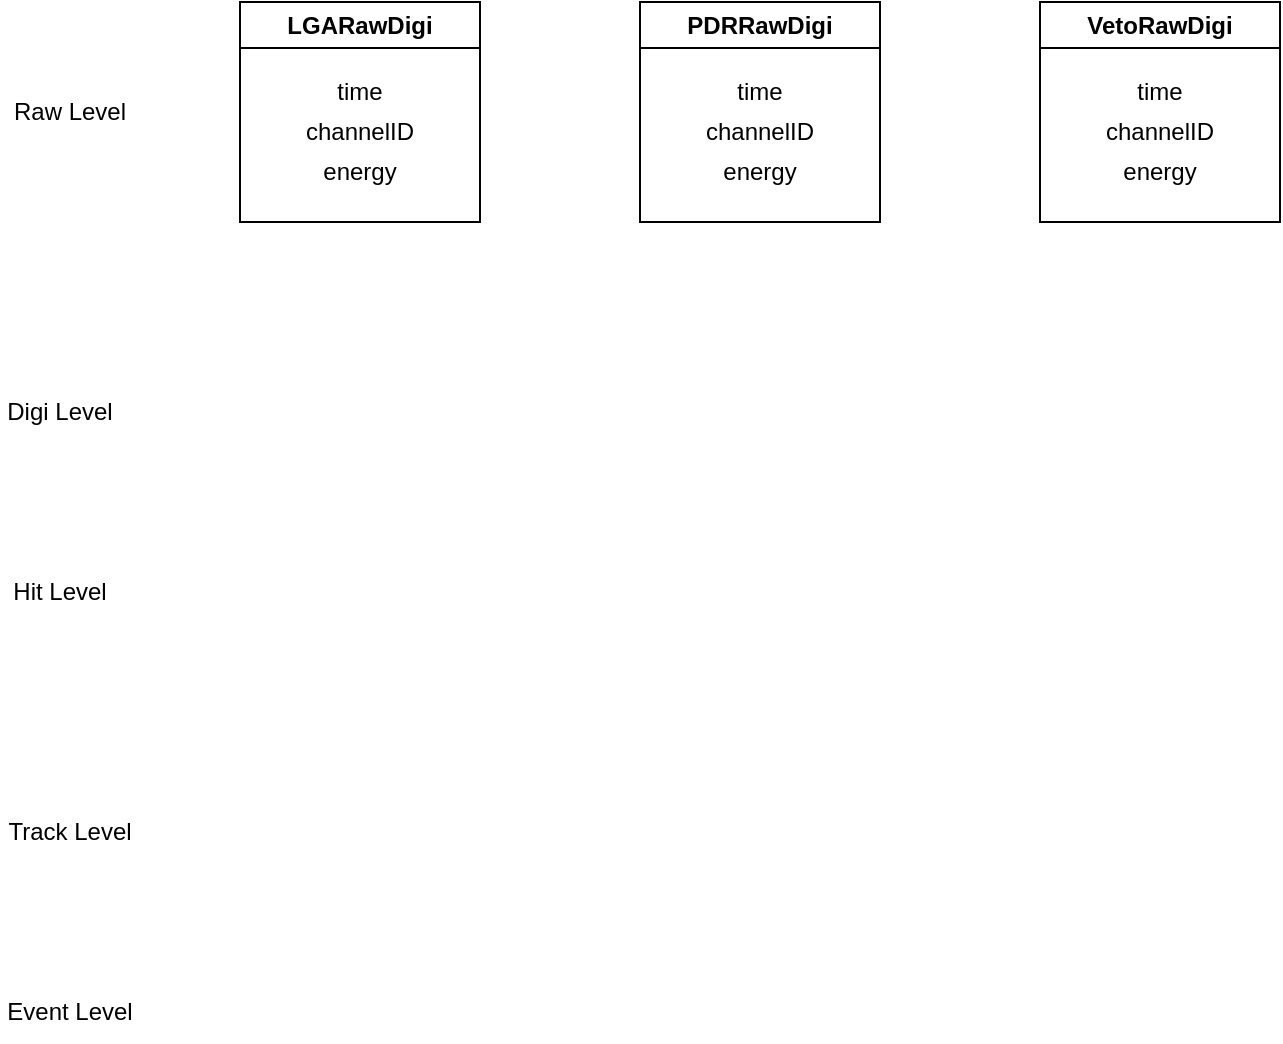
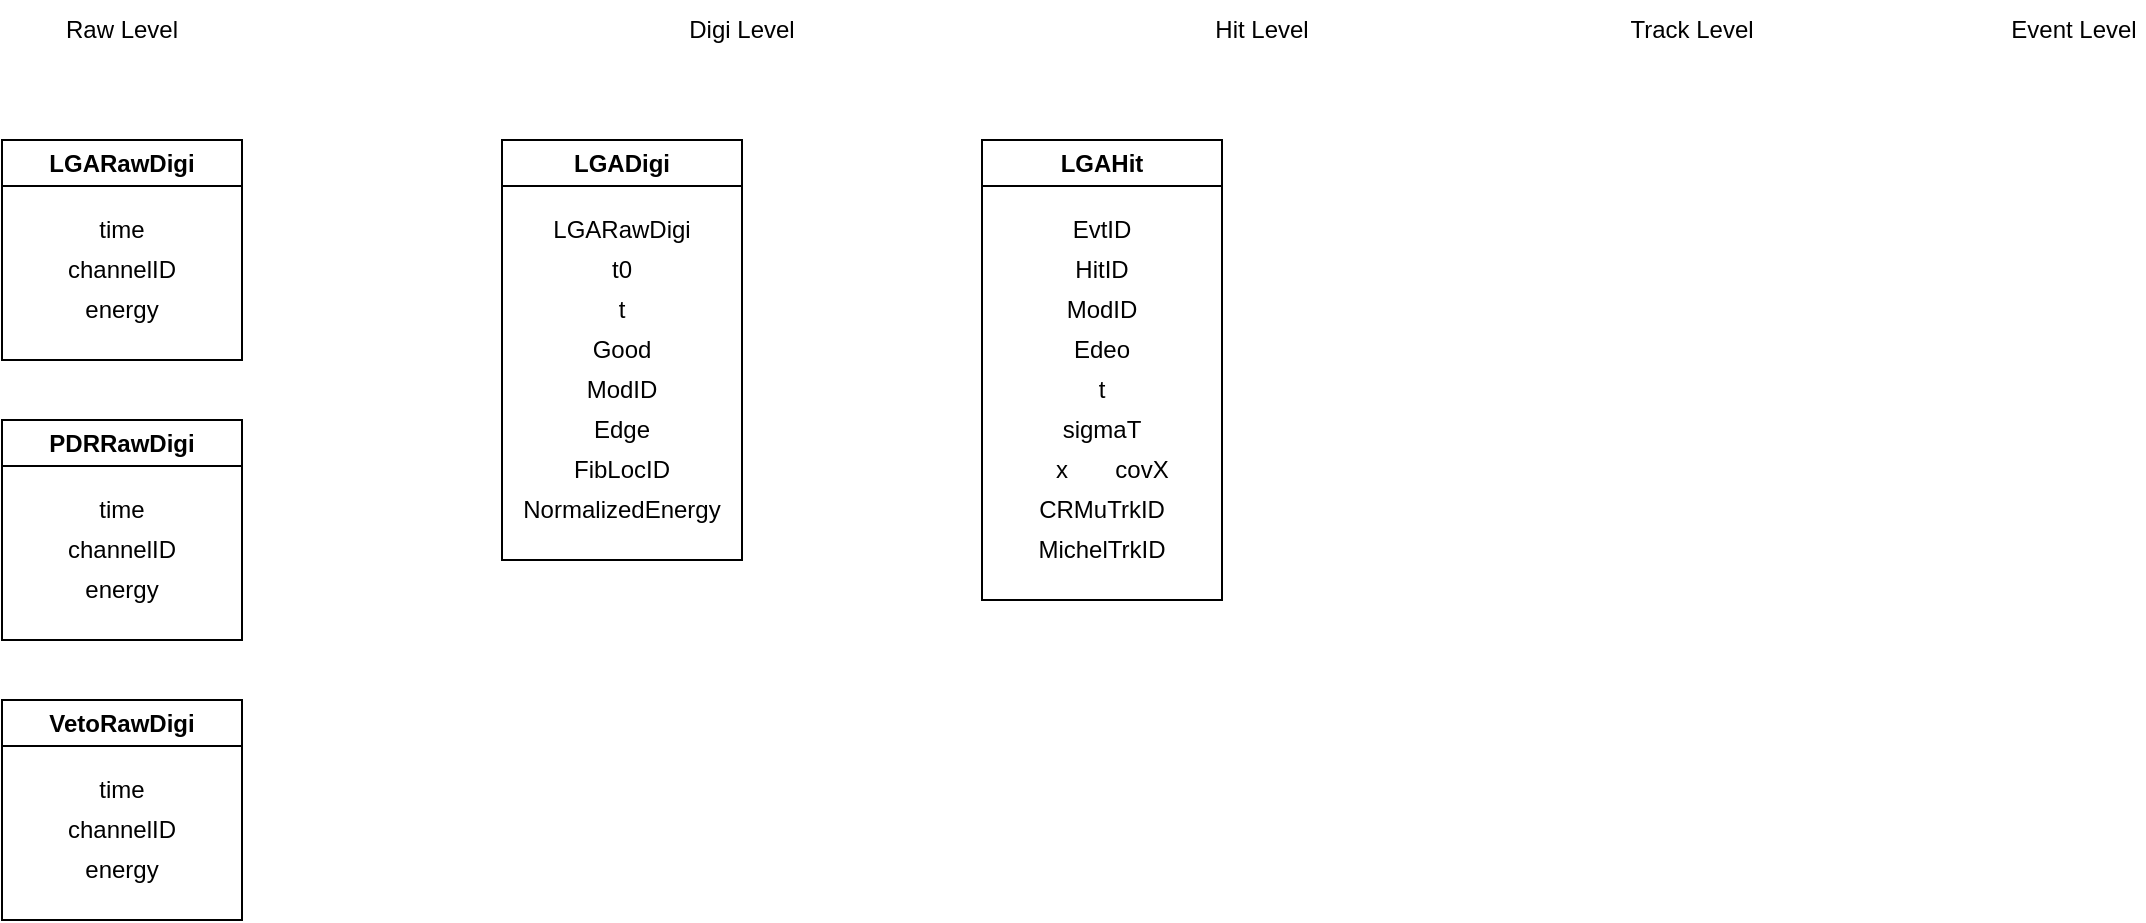
<mxfile host="app.diagrams.net">
  <diagram name="第 1 页" id="YTVUva17RiVE7CfQ8_jk">
-     <mxGraphModel dx="632" dy="648" grid="1" gridSize="10" guides="1" tooltips="1" connect="1" arrows="1" fold="1" page="1" pageScale="1" pageWidth="827" pageHeight="1169" math="0" shadow="0">
+     <mxGraphModel dx="708" dy="726" grid="1" gridSize="10" guides="1" tooltips="1" connect="1" arrows="1" fold="1" page="1" pageScale="1" pageWidth="827" pageHeight="1169" math="0" shadow="0">
      <root>
        <mxCell id="0" />
        <mxCell id="1" parent="0" />
        <mxCell id="OMPT9ofRrI7jeSbPywUm-2" parent="1" style="text;html=1;whiteSpace=wrap;strokeColor=none;fillColor=none;align=center;verticalAlign=middle;rounded=0;" value="Digi Level" vertex="1">
-           <mxGeometry height="30" width="60" x="120" y="310" as="geometry" />
+           <mxGeometry height="30" width="60" x="580" y="50" as="geometry" />
        </mxCell>
        <mxCell id="OMPT9ofRrI7jeSbPywUm-3" parent="1" style="text;html=1;whiteSpace=wrap;strokeColor=none;fillColor=none;align=center;verticalAlign=middle;rounded=0;" value="Hit Level" vertex="1">
-           <mxGeometry height="30" width="60" x="120" y="400" as="geometry" />
+           <mxGeometry height="30" width="60" x="840" y="50" as="geometry" />
        </mxCell>
        <mxCell id="OMPT9ofRrI7jeSbPywUm-4" parent="1" style="text;html=1;whiteSpace=wrap;strokeColor=none;fillColor=none;align=center;verticalAlign=middle;rounded=0;" value="Track Level" vertex="1">
-           <mxGeometry height="30" width="70" x="120" y="520" as="geometry" />
+           <mxGeometry height="30" width="70" x="1050" y="50" as="geometry" />
        </mxCell>
        <mxCell id="OMPT9ofRrI7jeSbPywUm-5" parent="1" style="text;html=1;whiteSpace=wrap;strokeColor=none;fillColor=none;align=center;verticalAlign=middle;rounded=0;" value="Event Level" vertex="1">
-           <mxGeometry height="30" width="70" x="120" y="610" as="geometry" />
+           <mxGeometry height="30" width="70" x="1241" y="50" as="geometry" />
        </mxCell>
        <mxCell id="OMPT9ofRrI7jeSbPywUm-13" parent="1" style="swimlane;whiteSpace=wrap;html=1;" value="LGARawDigi" vertex="1">
          <mxGeometry height="110" width="120" x="240" y="120" as="geometry" />
        </mxCell>
        <mxCell id="OMPT9ofRrI7jeSbPywUm-16" parent="OMPT9ofRrI7jeSbPywUm-13" style="text;html=1;whiteSpace=wrap;strokeColor=none;fillColor=none;align=center;verticalAlign=middle;rounded=0;" value="time" vertex="1">
          <mxGeometry height="30" width="60" x="30" y="30" as="geometry" />
        </mxCell>
        <mxCell id="OMPT9ofRrI7jeSbPywUm-17" parent="OMPT9ofRrI7jeSbPywUm-13" style="text;html=1;whiteSpace=wrap;strokeColor=none;fillColor=none;align=center;verticalAlign=middle;rounded=0;" value="channelID" vertex="1">
          <mxGeometry height="30" width="60" x="30" y="50" as="geometry" />
        </mxCell>
        <mxCell id="OMPT9ofRrI7jeSbPywUm-18" parent="OMPT9ofRrI7jeSbPywUm-13" style="text;html=1;whiteSpace=wrap;strokeColor=none;fillColor=none;align=center;verticalAlign=middle;rounded=0;" value="energy" vertex="1">
          <mxGeometry height="30" width="60" x="30" y="70" as="geometry" />
        </mxCell>
        <mxCell id="OMPT9ofRrI7jeSbPywUm-15" parent="1" style="text;html=1;whiteSpace=wrap;strokeColor=none;fillColor=none;align=center;verticalAlign=middle;rounded=0;" value="Raw Level" vertex="1">
-           <mxGeometry height="30" width="60" x="125" y="160" as="geometry" />
+           <mxGeometry height="30" width="60" x="270" y="50" as="geometry" />
        </mxCell>
        <mxCell id="OMPT9ofRrI7jeSbPywUm-27" parent="1" style="swimlane;whiteSpace=wrap;html=1;" value="PDRRawDigi" vertex="1">
-           <mxGeometry height="110" width="120" x="440" y="120" as="geometry" />
+           <mxGeometry height="110" width="120" x="240" y="260" as="geometry" />
        </mxCell>
        <mxCell id="OMPT9ofRrI7jeSbPywUm-28" parent="OMPT9ofRrI7jeSbPywUm-27" style="text;html=1;whiteSpace=wrap;strokeColor=none;fillColor=none;align=center;verticalAlign=middle;rounded=0;" value="time" vertex="1">
          <mxGeometry height="30" width="60" x="30" y="30" as="geometry" />
        </mxCell>
        <mxCell id="OMPT9ofRrI7jeSbPywUm-29" parent="OMPT9ofRrI7jeSbPywUm-27" style="text;html=1;whiteSpace=wrap;strokeColor=none;fillColor=none;align=center;verticalAlign=middle;rounded=0;" value="channelID" vertex="1">
          <mxGeometry height="30" width="60" x="30" y="50" as="geometry" />
        </mxCell>
        <mxCell id="OMPT9ofRrI7jeSbPywUm-30" parent="OMPT9ofRrI7jeSbPywUm-27" style="text;html=1;whiteSpace=wrap;strokeColor=none;fillColor=none;align=center;verticalAlign=middle;rounded=0;" value="energy" vertex="1">
          <mxGeometry height="30" width="60" x="30" y="70" as="geometry" />
        </mxCell>
        <mxCell id="OMPT9ofRrI7jeSbPywUm-31" parent="1" style="swimlane;whiteSpace=wrap;html=1;" value="VetoRawDigi" vertex="1">
-           <mxGeometry height="110" width="120" x="640" y="120" as="geometry" />
+           <mxGeometry height="110" width="120" x="240" y="400" as="geometry" />
        </mxCell>
        <mxCell id="OMPT9ofRrI7jeSbPywUm-32" parent="OMPT9ofRrI7jeSbPywUm-31" style="text;html=1;whiteSpace=wrap;strokeColor=none;fillColor=none;align=center;verticalAlign=middle;rounded=0;" value="time" vertex="1">
          <mxGeometry height="30" width="60" x="30" y="30" as="geometry" />
        </mxCell>
        <mxCell id="OMPT9ofRrI7jeSbPywUm-33" parent="OMPT9ofRrI7jeSbPywUm-31" style="text;html=1;whiteSpace=wrap;strokeColor=none;fillColor=none;align=center;verticalAlign=middle;rounded=0;" value="channelID" vertex="1">
          <mxGeometry height="30" width="60" x="30" y="50" as="geometry" />
        </mxCell>
        <mxCell id="OMPT9ofRrI7jeSbPywUm-34" parent="OMPT9ofRrI7jeSbPywUm-31" style="text;html=1;whiteSpace=wrap;strokeColor=none;fillColor=none;align=center;verticalAlign=middle;rounded=0;" value="energy" vertex="1">
          <mxGeometry height="30" width="60" x="30" y="70" as="geometry" />
        </mxCell>
+         <mxCell id="h9WOqypwtsmT6QOMMbYj-1" parent="1" style="swimlane;whiteSpace=wrap;html=1;" value="LGADigi" vertex="1">
+           <mxGeometry height="210" width="120" x="490" y="120" as="geometry" />
+         </mxCell>
+         <mxCell id="h9WOqypwtsmT6QOMMbYj-2" parent="h9WOqypwtsmT6QOMMbYj-1" style="text;html=1;whiteSpace=wrap;strokeColor=none;fillColor=none;align=center;verticalAlign=middle;rounded=0;" value="LGARawDigi" vertex="1">
+           <mxGeometry height="30" width="60" x="30" y="30" as="geometry" />
+         </mxCell>
+         <mxCell id="h9WOqypwtsmT6QOMMbYj-5" parent="h9WOqypwtsmT6QOMMbYj-1" style="text;html=1;whiteSpace=wrap;strokeColor=none;fillColor=none;align=center;verticalAlign=middle;rounded=0;" value="t0" vertex="1">
+           <mxGeometry height="30" width="60" x="30" y="50" as="geometry" />
+         </mxCell>
+         <mxCell id="h9WOqypwtsmT6QOMMbYj-6" parent="h9WOqypwtsmT6QOMMbYj-1" style="text;html=1;whiteSpace=wrap;strokeColor=none;fillColor=none;align=center;verticalAlign=middle;rounded=0;" value="t" vertex="1">
+           <mxGeometry height="30" width="60" x="30" y="70" as="geometry" />
+         </mxCell>
+         <mxCell id="h9WOqypwtsmT6QOMMbYj-11" parent="h9WOqypwtsmT6QOMMbYj-1" style="text;html=1;whiteSpace=wrap;strokeColor=none;fillColor=none;align=center;verticalAlign=middle;rounded=0;" value="Good" vertex="1">
+           <mxGeometry height="30" width="60" x="30" y="90" as="geometry" />
+         </mxCell>
+         <mxCell id="h9WOqypwtsmT6QOMMbYj-12" parent="h9WOqypwtsmT6QOMMbYj-1" style="text;html=1;whiteSpace=wrap;strokeColor=none;fillColor=none;align=center;verticalAlign=middle;rounded=0;" value="ModID" vertex="1">
+           <mxGeometry height="30" width="60" x="30" y="110" as="geometry" />
+         </mxCell>
+         <mxCell id="h9WOqypwtsmT6QOMMbYj-13" parent="h9WOqypwtsmT6QOMMbYj-1" style="text;html=1;whiteSpace=wrap;strokeColor=none;fillColor=none;align=center;verticalAlign=middle;rounded=0;" value="Edge" vertex="1">
+           <mxGeometry height="30" width="60" x="30" y="130" as="geometry" />
+         </mxCell>
+         <mxCell id="h9WOqypwtsmT6QOMMbYj-14" parent="h9WOqypwtsmT6QOMMbYj-1" style="text;html=1;whiteSpace=wrap;strokeColor=none;fillColor=none;align=center;verticalAlign=middle;rounded=0;" value="FibLocID" vertex="1">
+           <mxGeometry height="30" width="60" x="30" y="150" as="geometry" />
+         </mxCell>
+         <mxCell id="h9WOqypwtsmT6QOMMbYj-15" parent="h9WOqypwtsmT6QOMMbYj-1" style="text;html=1;whiteSpace=wrap;strokeColor=none;fillColor=none;align=center;verticalAlign=middle;rounded=0;" value="NormalizedEnergy" vertex="1">
+           <mxGeometry height="30" width="60" x="30" y="170" as="geometry" />
+         </mxCell>
+         <mxCell id="h9WOqypwtsmT6QOMMbYj-16" parent="1" style="swimlane;whiteSpace=wrap;html=1;" value="LGAHit" vertex="1">
+           <mxGeometry height="230" width="120" x="730" y="120" as="geometry" />
+         </mxCell>
+         <mxCell id="h9WOqypwtsmT6QOMMbYj-17" parent="h9WOqypwtsmT6QOMMbYj-16" style="text;html=1;whiteSpace=wrap;strokeColor=none;fillColor=none;align=center;verticalAlign=middle;rounded=0;" value="EvtID" vertex="1">
+           <mxGeometry height="30" width="60" x="30" y="30" as="geometry" />
+         </mxCell>
+         <mxCell id="h9WOqypwtsmT6QOMMbYj-18" parent="h9WOqypwtsmT6QOMMbYj-16" style="text;html=1;whiteSpace=wrap;strokeColor=none;fillColor=none;align=center;verticalAlign=middle;rounded=0;" value="HitID" vertex="1">
+           <mxGeometry height="30" width="60" x="30" y="50" as="geometry" />
+         </mxCell>
+         <mxCell id="h9WOqypwtsmT6QOMMbYj-19" parent="h9WOqypwtsmT6QOMMbYj-16" style="text;html=1;whiteSpace=wrap;strokeColor=none;fillColor=none;align=center;verticalAlign=middle;rounded=0;" value="ModID" vertex="1">
+           <mxGeometry height="30" width="60" x="30" y="70" as="geometry" />
+         </mxCell>
+         <mxCell id="h9WOqypwtsmT6QOMMbYj-20" parent="h9WOqypwtsmT6QOMMbYj-16" style="text;html=1;whiteSpace=wrap;strokeColor=none;fillColor=none;align=center;verticalAlign=middle;rounded=0;" value="Edeo" vertex="1">
+           <mxGeometry height="30" width="60" x="30" y="90" as="geometry" />
+         </mxCell>
+         <mxCell id="h9WOqypwtsmT6QOMMbYj-21" parent="h9WOqypwtsmT6QOMMbYj-16" style="text;html=1;whiteSpace=wrap;strokeColor=none;fillColor=none;align=center;verticalAlign=middle;rounded=0;" value="t" vertex="1">
+           <mxGeometry height="30" width="60" x="30" y="110" as="geometry" />
+         </mxCell>
+         <mxCell id="h9WOqypwtsmT6QOMMbYj-22" parent="h9WOqypwtsmT6QOMMbYj-16" style="text;html=1;whiteSpace=wrap;strokeColor=none;fillColor=none;align=center;verticalAlign=middle;rounded=0;" value="sigmaT" vertex="1">
+           <mxGeometry height="30" width="60" x="30" y="130" as="geometry" />
+         </mxCell>
+         <mxCell id="h9WOqypwtsmT6QOMMbYj-23" parent="h9WOqypwtsmT6QOMMbYj-16" style="text;html=1;whiteSpace=wrap;strokeColor=none;fillColor=none;align=center;verticalAlign=middle;rounded=0;" value="x" vertex="1">
+           <mxGeometry height="30" width="60" x="10" y="150" as="geometry" />
+         </mxCell>
+         <mxCell id="h9WOqypwtsmT6QOMMbYj-24" parent="h9WOqypwtsmT6QOMMbYj-16" style="text;html=1;whiteSpace=wrap;strokeColor=none;fillColor=none;align=center;verticalAlign=middle;rounded=0;" value="covX" vertex="1">
+           <mxGeometry height="30" width="60" x="50" y="150" as="geometry" />
+         </mxCell>
+         <mxCell id="h9WOqypwtsmT6QOMMbYj-25" parent="h9WOqypwtsmT6QOMMbYj-16" style="text;html=1;whiteSpace=wrap;strokeColor=none;fillColor=none;align=center;verticalAlign=middle;rounded=0;fontColor=light-dark(#000000,#3399FF);" value="CRMuTrkID" vertex="1">
+           <mxGeometry height="30" width="60" x="30" y="170" as="geometry" />
+         </mxCell>
+         <mxCell id="h9WOqypwtsmT6QOMMbYj-26" parent="h9WOqypwtsmT6QOMMbYj-16" style="text;html=1;whiteSpace=wrap;strokeColor=none;fillColor=none;align=center;verticalAlign=middle;rounded=0;fontColor=light-dark(#000000,#3399FF);" value="MichelTrkID" vertex="1">
+           <mxGeometry height="30" width="60" x="30" y="190" as="geometry" />
+         </mxCell>
      </root>
    </mxGraphModel>
  </diagram>
</mxfile>
